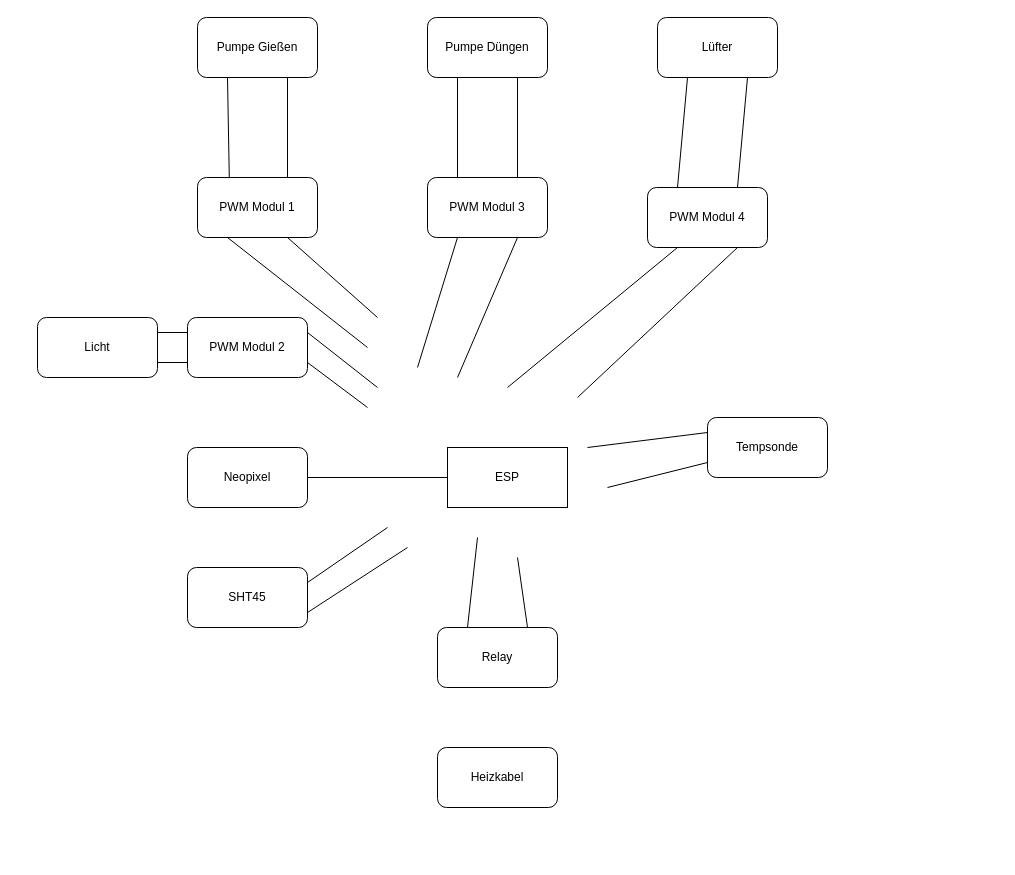
Before: Hardware Component Diagram.drawio in LostScriptures/Terralogia, a draw.io diagram. Source tidied: cells renumbered, new cells numbered last; positions are measured from the earlier drawing's top-left corner, leaving out a move shared by most shapes. Both pictures are drawn from the tidied source at 100%, with x=0, y=0 at pixel (37, 17).
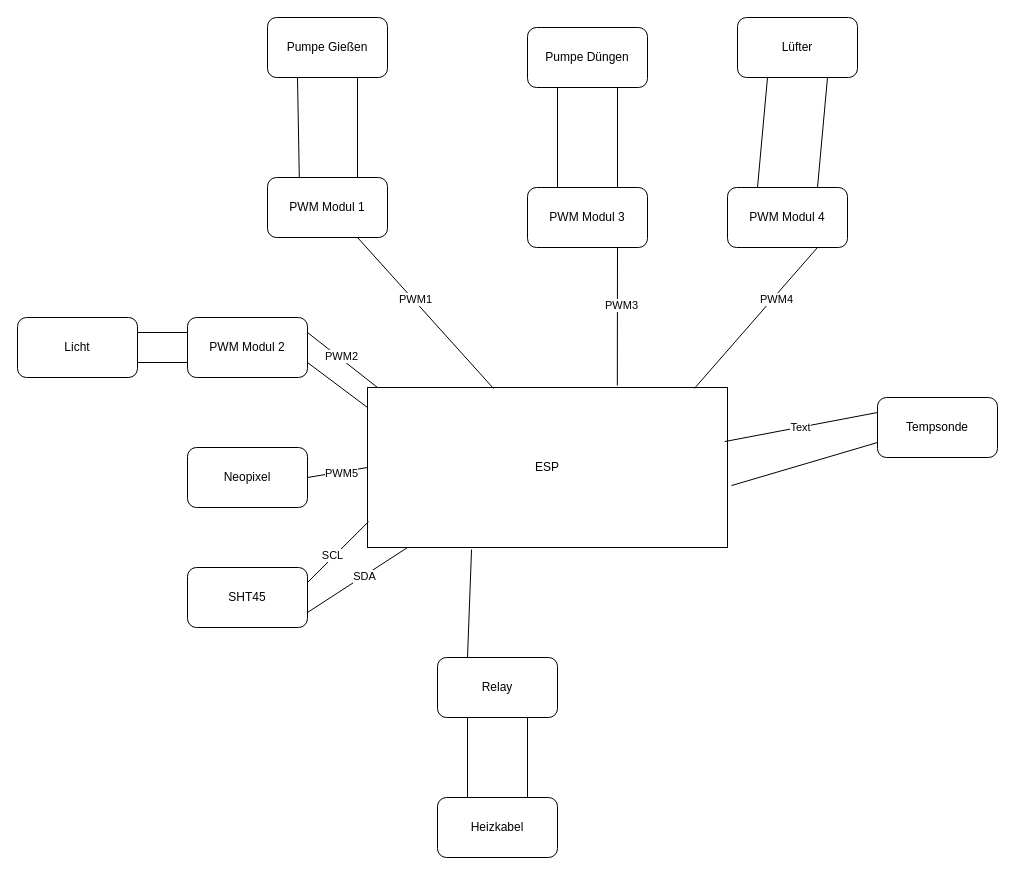
The same diagram, later.

Commit message:
Hardware Component Diagram.drawio: Updated component connections and added new hardware specifications.

Unchanged cells that the change refers to:
```xml
<mxCell id="8" value="SHT45" style="rounded=1;whiteSpace=wrap;html=1;" parent="1" vertex="1">
  <mxGeometry x="150" y="550" width="120" height="60" as="geometry" />
</mxCell>
<mxCell id="25" style="endArrow=none;html=1;exitX=1;exitY=0.25;exitDx=0;exitDy=0;" parent="1" edge="1" source="6">
  <mxGeometry relative="1" as="geometry">
    <mxPoint x="340" y="370" as="targetPoint" />
  </mxGeometry>
</mxCell>
<mxCell id="32" style="endArrow=none;html=1;exitX=1;exitY=0.5;exitDx=0;exitDy=0;entryX=0;entryY=0.5;entryDx=0;entryDy=0;" parent="1" edge="1" source="7" target="2">
  <mxGeometry relative="1" as="geometry" />
</mxCell>
<mxCell id="34" style="endArrow=none;html=1;exitX=1;exitY=0.75;exitDx=0;exitDy=0;" parent="1" edge="1" source="8">
  <mxGeometry relative="1" as="geometry">
    <mxPoint x="370" y="530" as="targetPoint" />
  </mxGeometry>
</mxCell>
```

The edit, as a diff of the source:
```diff
@@
     <mxCell id="2" value="ESP" style="rounded=0;whiteSpace=wrap;html=1;" parent="1" vertex="1">
-      <mxGeometry x="410" y="430" width="120" height="60" as="geometry" />
+      <mxGeometry x="330" y="370" width="360" height="160" as="geometry" />
     </mxCell>
     <mxCell id="3" value="PWM Modul 1" style="rounded=1;whiteSpace=wrap;html=1;" parent="1" vertex="1">
-      <mxGeometry x="160" y="160" width="120" height="60" as="geometry" />
+      <mxGeometry x="230" y="160" width="120" height="60" as="geometry" />
     </mxCell>
     <mxCell id="4" value="&lt;span style=&quot;color: rgb(0, 0, 0);&quot;&gt;PWM Modul 3&lt;/span&gt;" style="rounded=1;whiteSpace=wrap;html=1;" parent="1" vertex="1">
-      <mxGeometry x="390" y="160" width="120" height="60" as="geometry" />
+      <mxGeometry x="490" y="170" width="120" height="60" as="geometry" />
     </mxCell>
     <mxCell id="5" value="&lt;span style=&quot;color: rgb(0, 0, 0);&quot;&gt;PWM Modul 4&lt;/span&gt;" style="rounded=1;whiteSpace=wrap;html=1;" parent="1" vertex="1">
-      <mxGeometry x="610" y="170" width="120" height="60" as="geometry" />
+      <mxGeometry x="690" y="170" width="120" height="60" as="geometry" />
     </mxCell>
@@
     <mxCell id="9" value="Relay" style="rounded=1;whiteSpace=wrap;html=1;" parent="1" vertex="1">
-      <mxGeometry x="400" y="610" width="120" height="60" as="geometry" />
+      <mxGeometry x="400" y="640" width="120" height="60" as="geometry" />
     </mxCell>
     <mxCell id="10" value="Tempsonde" style="rounded=1;whiteSpace=wrap;html=1;" parent="1" vertex="1">
-      <mxGeometry x="670" y="400" width="120" height="60" as="geometry" />
+      <mxGeometry x="840" y="380" width="120" height="60" as="geometry" />
     </mxCell>
     <mxCell id="11" value="Heizkabel" style="rounded=1;whiteSpace=wrap;html=1;" parent="1" vertex="1">
-      <mxGeometry x="400" y="730" width="120" height="60" as="geometry" />
+      <mxGeometry x="400" y="780" width="120" height="60" as="geometry" />
     </mxCell>
     <mxCell id="12" value="Pumpe Gießen" style="rounded=1;whiteSpace=wrap;html=1;" parent="1" vertex="1">
-      <mxGeometry x="160" width="120" height="60" as="geometry" />
+      <mxGeometry x="230" width="120" height="60" as="geometry" />
     </mxCell>
     <mxCell id="13" value="Pumpe Düngen" style="rounded=1;whiteSpace=wrap;html=1;" parent="1" vertex="1">
-      <mxGeometry x="390" width="120" height="60" as="geometry" />
+      <mxGeometry x="490" y="10" width="120" height="60" as="geometry" />
     </mxCell>
     <mxCell id="14" value="Licht" style="rounded=1;whiteSpace=wrap;html=1;" parent="1" vertex="1">
-      <mxGeometry y="300" width="120" height="60" as="geometry" />
+      <mxGeometry x="-20" y="300" width="120" height="60" as="geometry" />
     </mxCell>
     <mxCell id="15" value="Lüfter" style="rounded=1;whiteSpace=wrap;html=1;" parent="1" vertex="1">
-      <mxGeometry x="620" width="120" height="60" as="geometry" />
+      <mxGeometry x="700" width="120" height="60" as="geometry" />
     </mxCell>
@@
+    <mxCell id="39" value="PWM2" style="edgeLabel;html=1;align=center;verticalAlign=middle;" parent="25" vertex="1">
+      <mxGeometry x="-0.07" y="2" relative="1" as="geometry" />
+    </mxCell>
-    <mxCell id="26" style="endArrow=none;html=1;entryX=0.75;entryY=1;entryDx=0;entryDy=0;" parent="1" edge="1" target="3">
-      <mxGeometry relative="1" as="geometry">
-        <mxPoint x="340" y="300" as="sourcePoint" />
-      </mxGeometry>
+    <mxCell id="26" style="endArrow=none;html=1;entryX=0.75;entryY=1;entryDx=0;entryDy=0;exitX=0.35;exitY=0.006;exitDx=0;exitDy=0;exitPerimeter=0;" parent="1" edge="1" source="2" target="3">
+      <mxGeometry relative="1" as="geometry" />
     </mxCell>
-    <mxCell id="27" style="endArrow=none;html=1;exitX=0.25;exitY=1;exitDx=0;exitDy=0;" parent="1" edge="1" source="3">
-      <mxGeometry relative="1" as="geometry">
-        <mxPoint x="330" y="330" as="targetPoint" />
-      </mxGeometry>
-    </mxCell>
-    <mxCell id="28" style="endArrow=none;html=1;exitX=0.25;exitY=1;exitDx=0;exitDy=0;" parent="1" edge="1" source="4">
-      <mxGeometry relative="1" as="geometry">
-        <mxPoint x="380" y="350" as="targetPoint" />
-      </mxGeometry>
-    </mxCell>
+    <mxCell id="40" value="PWM1" style="edgeLabel;html=1;align=center;verticalAlign=middle;" parent="26" vertex="1">
+      <mxGeometry x="0.17" y="-1" relative="1" as="geometry" />
+    </mxCell>
-    <mxCell id="29" style="endArrow=none;html=1;exitX=0.75;exitY=1;exitDx=0;exitDy=0;" parent="1" edge="1" source="4">
-      <mxGeometry relative="1" as="geometry">
-        <mxPoint x="420" y="360" as="targetPoint" />
-      </mxGeometry>
+    <mxCell id="29" style="endArrow=none;html=1;exitX=0.75;exitY=1;exitDx=0;exitDy=0;entryX=0.694;entryY=-0.012;entryDx=0;entryDy=0;entryPerimeter=0;" parent="1" edge="1" source="4" target="2">
+      <mxGeometry relative="1" as="geometry" />
     </mxCell>
-    <mxCell id="30" style="endArrow=none;html=1;exitX=0.25;exitY=1;exitDx=0;exitDy=0;" parent="1" edge="1" source="5">
-      <mxGeometry relative="1" as="geometry">
-        <mxPoint x="470" y="370" as="targetPoint" />
-      </mxGeometry>
-    </mxCell>
+    <mxCell id="41" value="PWM3" style="edgeLabel;html=1;align=center;verticalAlign=middle;" parent="29" vertex="1">
+      <mxGeometry x="-0.17" y="4" relative="1" as="geometry" />
+    </mxCell>
-    <mxCell id="31" style="endArrow=none;html=1;exitX=0.75;exitY=1;exitDx=0;exitDy=0;" parent="1" edge="1" source="5">
-      <mxGeometry relative="1" as="geometry">
-        <mxPoint x="540" y="380" as="targetPoint" />
-      </mxGeometry>
+    <mxCell id="31" style="endArrow=none;html=1;exitX=0.75;exitY=1;exitDx=0;exitDy=0;entryX=0.908;entryY=0.006;entryDx=0;entryDy=0;entryPerimeter=0;" parent="1" edge="1" source="5" target="2">
+      <mxGeometry relative="1" as="geometry" />
     </mxCell>
+    <mxCell id="42" value="PWM4" style="edgeLabel;html=1;align=center;verticalAlign=middle;" parent="31" vertex="1">
+      <mxGeometry x="-0.3" y="3" relative="1" as="geometry" />
+    </mxCell>
@@
+    <mxCell id="43" value="PWM5" style="edgeLabel;html=1;align=center;verticalAlign=middle;" parent="32" vertex="1">
+      <mxGeometry x="0.12" y="-1" relative="1" as="geometry" />
+    </mxCell>
-    <mxCell id="33" style="endArrow=none;html=1;exitX=1;exitY=0.25;exitDx=0;exitDy=0;" parent="1" edge="1" source="8">
-      <mxGeometry relative="1" as="geometry">
-        <mxPoint x="350" y="510" as="targetPoint" />
-      </mxGeometry>
+    <mxCell id="33" style="endArrow=none;html=1;exitX=1;exitY=0.25;exitDx=0;exitDy=0;entryX=0.003;entryY=0.838;entryDx=0;entryDy=0;entryPerimeter=0;" parent="1" edge="1" source="8" target="2">
+      <mxGeometry relative="1" as="geometry" />
     </mxCell>
+    <mxCell id="44" value="SCL" style="edgeLabel;html=1;align=center;verticalAlign=middle;" parent="33" vertex="1">
+      <mxGeometry x="-0.14" y="2" relative="1" as="geometry" />
+    </mxCell>
@@
+    <mxCell id="45" value="SDA" style="edgeLabel;html=1;align=center;verticalAlign=middle;" parent="34" vertex="1">
+      <mxGeometry x="0.12" relative="1" as="geometry" />
+    </mxCell>
-    <mxCell id="35" style="endArrow=none;html=1;exitX=0.25;exitY=0;exitDx=0;exitDy=0;" parent="1" edge="1" source="9">
-      <mxGeometry relative="1" as="geometry">
-        <mxPoint x="440" y="520" as="targetPoint" />
-      </mxGeometry>
+    <mxCell id="35" style="endArrow=none;html=1;exitX=0.25;exitY=0;exitDx=0;exitDy=0;entryX=0.289;entryY=1.013;entryDx=0;entryDy=0;entryPerimeter=0;" parent="1" edge="1" source="9" target="2">
+      <mxGeometry relative="1" as="geometry" />
     </mxCell>
-    <mxCell id="36" style="endArrow=none;html=1;entryX=0.75;entryY=0;entryDx=0;entryDy=0;" parent="1" edge="1" target="9">
-      <mxGeometry relative="1" as="geometry">
-        <mxPoint x="480" y="540" as="sourcePoint" />
-      </mxGeometry>
-    </mxCell>
+    <mxCell id="46" value="&lt;div&gt;&lt;br&gt;&lt;/div&gt;" style="edgeLabel;html=1;align=center;verticalAlign=middle;" parent="35" vertex="1">
+      <mxGeometry x="0.03" y="1" relative="1" as="geometry" />
+    </mxCell>
-    <mxCell id="37" style="endArrow=none;html=1;exitX=0;exitY=0.75;exitDx=0;exitDy=0;" parent="1" edge="1" source="10">
-      <mxGeometry relative="1" as="geometry">
-        <mxPoint x="570" y="470" as="targetPoint" />
-      </mxGeometry>
+    <mxCell id="37" style="endArrow=none;html=1;exitX=0;exitY=0.75;exitDx=0;exitDy=0;entryX=1.011;entryY=0.613;entryDx=0;entryDy=0;entryPerimeter=0;" parent="1" edge="1" source="10" target="2">
+      <mxGeometry relative="1" as="geometry" />
     </mxCell>
-    <mxCell id="38" style="endArrow=none;html=1;entryX=0;entryY=0.25;entryDx=0;entryDy=0;" parent="1" edge="1" target="10">
-      <mxGeometry relative="1" as="geometry">
-        <mxPoint x="550" y="430" as="sourcePoint" />
-      </mxGeometry>
+    <mxCell id="38" style="endArrow=none;html=1;entryX=0;entryY=0.25;entryDx=0;entryDy=0;exitX=0.992;exitY=0.338;exitDx=0;exitDy=0;exitPerimeter=0;" parent="1" edge="1" source="2" target="10">
+      <mxGeometry relative="1" as="geometry" />
     </mxCell>
+    <mxCell id="47" value="Text" style="edgeLabel;html=1;align=center;verticalAlign=middle;" parent="38" vertex="1">
+      <mxGeometry x="-0.01" relative="1" as="geometry" />
+    </mxCell>
+    <mxCell id="48" style="endArrow=none;html=1;entryX=0.25;entryY=0;entryDx=0;entryDy=0;exitX=0.25;exitY=1;exitDx=0;exitDy=0;" parent="1" edge="1" source="9" target="11">
+      <mxGeometry relative="1" as="geometry" />
+    </mxCell>
+    <mxCell id="49" style="endArrow=none;html=1;entryX=0.75;entryY=0;entryDx=0;entryDy=0;exitX=0.75;exitY=1;exitDx=0;exitDy=0;" parent="1" edge="1" source="9" target="11">
+      <mxGeometry relative="1" as="geometry" />
+    </mxCell>
```
